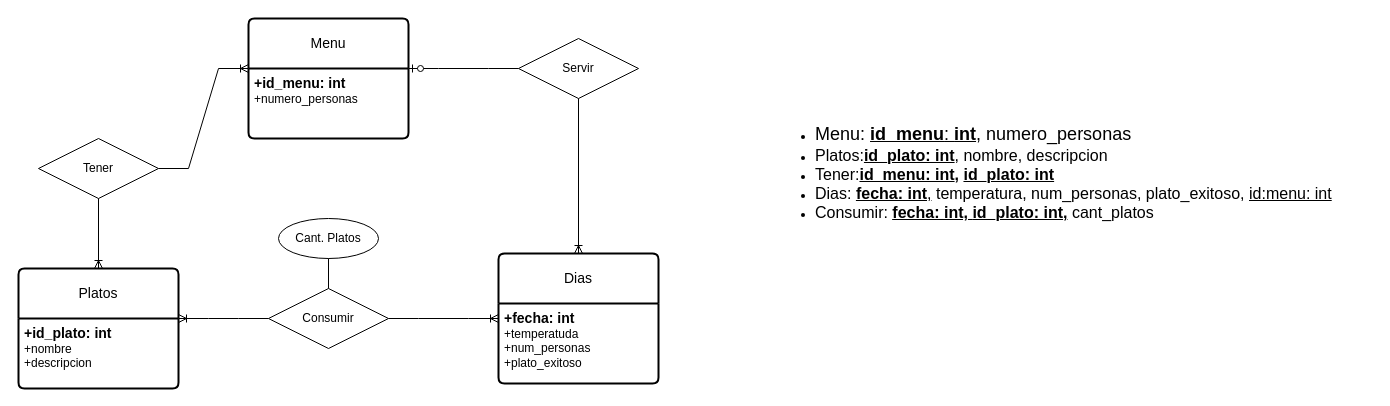
The draw.io diagram ejercicio15.drawio in AsierGArranz/aga-sru-sa-t-UD12DiagramaER-11102023, before the edit. Source tidied: cells renumbered, new cells numbered last; positions are measured from the earlier drawing's top-left corner, leaving out a move shared by most shapes. Both pictures are drawn from the tidied source at 100%, with x=0, y=0 at pixel (18, 18).
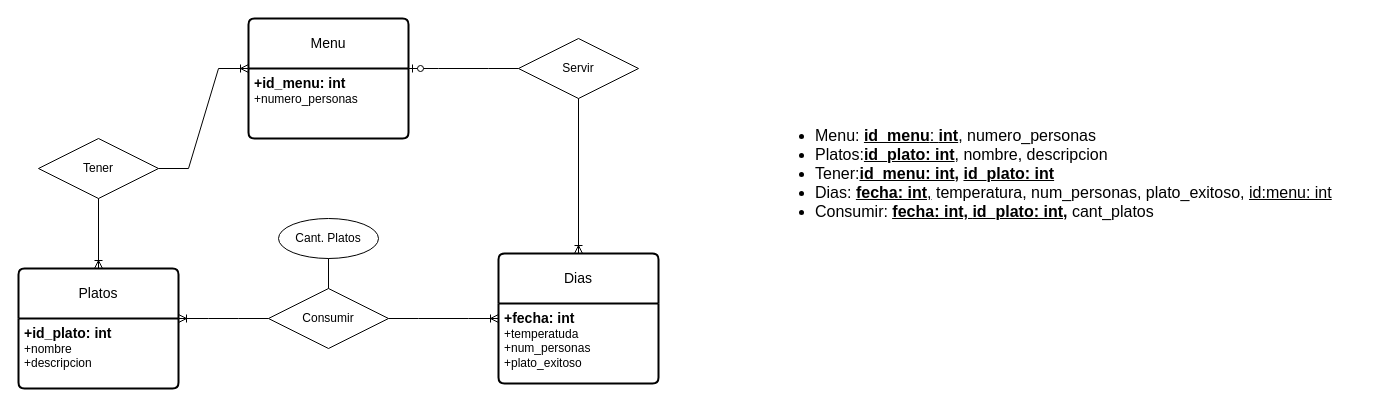
After the change.

The edit, as a diff of the source:
```diff
@@
-    <mxCell id="18" value="&lt;ul&gt;&lt;li&gt;&lt;font style=&quot;font-size: 18px;&quot;&gt;Menu: &lt;u&gt;&lt;b&gt;id_menu&lt;/b&gt;: &lt;b&gt;int&lt;/b&gt;&lt;/u&gt;, numero_personas&lt;/font&gt;&lt;/li&gt;&lt;li&gt;&lt;font size=&quot;3&quot;&gt;Platos:&lt;u&gt;&lt;b&gt;id_plato: int&lt;/b&gt;&lt;/u&gt;, nombre, descripcion&lt;/font&gt;&lt;/li&gt;&lt;li&gt;&lt;font size=&quot;3&quot;&gt;Tener:&lt;b&gt;&lt;u style=&quot;&quot;&gt;id_menu: int&lt;/u&gt;, &lt;u style=&quot;&quot;&gt;id_plato: int&lt;/u&gt;&lt;/b&gt;&lt;/font&gt;&lt;/li&gt;&lt;li&gt;&lt;font size=&quot;3&quot;&gt;Dias: &lt;u&gt;&lt;b&gt;fecha: int&lt;/b&gt;,&lt;/u&gt;&amp;nbsp;temperatura, num_personas, plato_exitoso, &lt;u&gt;id:menu: int&lt;/u&gt;&lt;/font&gt;&lt;/li&gt;&lt;li&gt;&lt;font size=&quot;3&quot;&gt;Consumir:&amp;nbsp;&lt;u style=&quot;&quot;&gt;&lt;b&gt;&lt;u style=&quot;border-color: var(--border-color);&quot;&gt;fecha: int,&amp;nbsp;&lt;/u&gt;id_plato: int&lt;/b&gt;&lt;/u&gt;&lt;u style=&quot;font-weight: bold;&quot;&gt;,&lt;/u&gt;&amp;nbsp;cant_platos&lt;/font&gt;&lt;/li&gt;&lt;/ul&gt;" style="text;strokeColor=none;fillColor=none;html=1;whiteSpace=wrap;verticalAlign=middle;overflow=hidden;" parent="1" vertex="1">
+    <mxCell id="18" value="&lt;ul style=&quot;font-size: 16px;&quot;&gt;&lt;li&gt;&lt;font style=&quot;font-size: 16px;&quot;&gt;Menu: &lt;u&gt;&lt;b&gt;id_menu&lt;/b&gt;: &lt;b&gt;int&lt;/b&gt;&lt;/u&gt;, numero_personas&lt;/font&gt;&lt;/li&gt;&lt;li&gt;&lt;font style=&quot;font-size: 16px;&quot;&gt;Platos:&lt;u&gt;&lt;b&gt;id_plato: int&lt;/b&gt;&lt;/u&gt;, nombre, descripcion&lt;/font&gt;&lt;/li&gt;&lt;li&gt;&lt;font style=&quot;font-size: 16px;&quot;&gt;Tener:&lt;b&gt;&lt;u style=&quot;&quot;&gt;id_menu: int&lt;/u&gt;, &lt;u style=&quot;&quot;&gt;id_plato: int&lt;/u&gt;&lt;/b&gt;&lt;/font&gt;&lt;/li&gt;&lt;li&gt;&lt;font style=&quot;font-size: 16px;&quot;&gt;Dias: &lt;u&gt;&lt;b&gt;fecha: int&lt;/b&gt;,&lt;/u&gt;&amp;nbsp;temperatura, num_personas, plato_exitoso, &lt;u&gt;id:menu: int&lt;/u&gt;&lt;/font&gt;&lt;/li&gt;&lt;li&gt;&lt;font style=&quot;font-size: 16px;&quot;&gt;Consumir:&amp;nbsp;&lt;u style=&quot;&quot;&gt;&lt;b&gt;&lt;u style=&quot;border-color: var(--border-color);&quot;&gt;fecha: int,&amp;nbsp;&lt;/u&gt;id_plato: int&lt;/b&gt;&lt;/u&gt;&lt;u style=&quot;font-weight: bold;&quot;&gt;,&lt;/u&gt;&amp;nbsp;cant_platos&lt;/font&gt;&lt;/li&gt;&lt;/ul&gt;" style="text;strokeColor=none;fillColor=none;html=1;whiteSpace=wrap;verticalAlign=middle;overflow=hidden;" parent="1" vertex="1">
       <mxGeometry x="755" y="20" width="600" height="270" as="geometry" />
     </mxCell>
```
